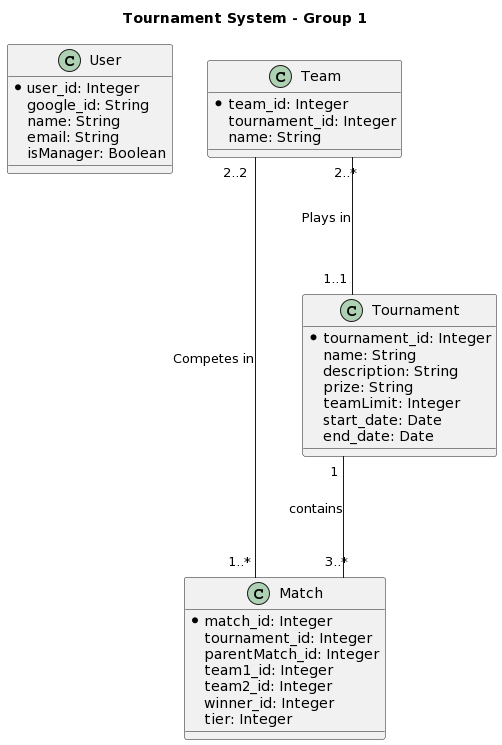
Above: documentation/renders/classDiagram.png in felixalbrigtsen/asura-tmdb (PlantUML), before the change.
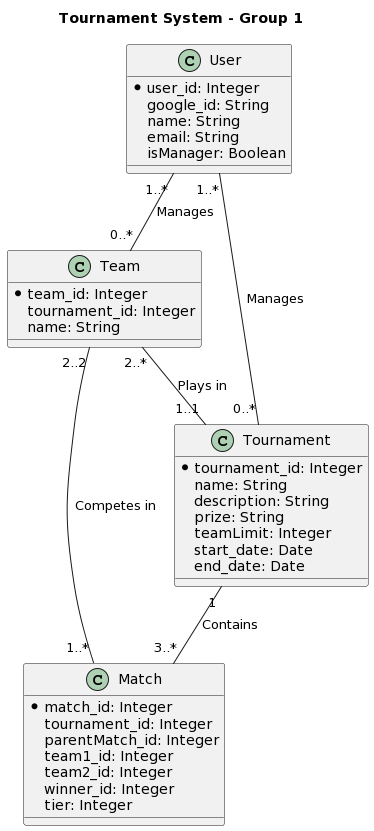
The same diagram one commit later.

Diff of the diagram source:
```diff
@@ -1,7 +1,6 @@
 @startuml
 
 title Tournament System - Group 1
-skinparam Linetype ortho
 
 class User {
     *user_id: Integer
@@ -37,7 +36,9 @@
 }
 
 
-Team "2..*" --- "1..1" Tournament : "Plays in"
-Tournament "1" --- "3..*" Match : contains
-Team "2..2" --- "1..*" Match : "Competes in"
+User "1..*" -- "0..*" Tournament : "Manages"
+User "1..*" -- "0..*" Team : "Manages"
+Team "2..*" -- "1..1" Tournament : "Plays in"
+Team "2..2" -- "1..*" Match : "Competes in"
+Tournament "1" -- "3..*" Match : "Contains"
 @enduml
```
